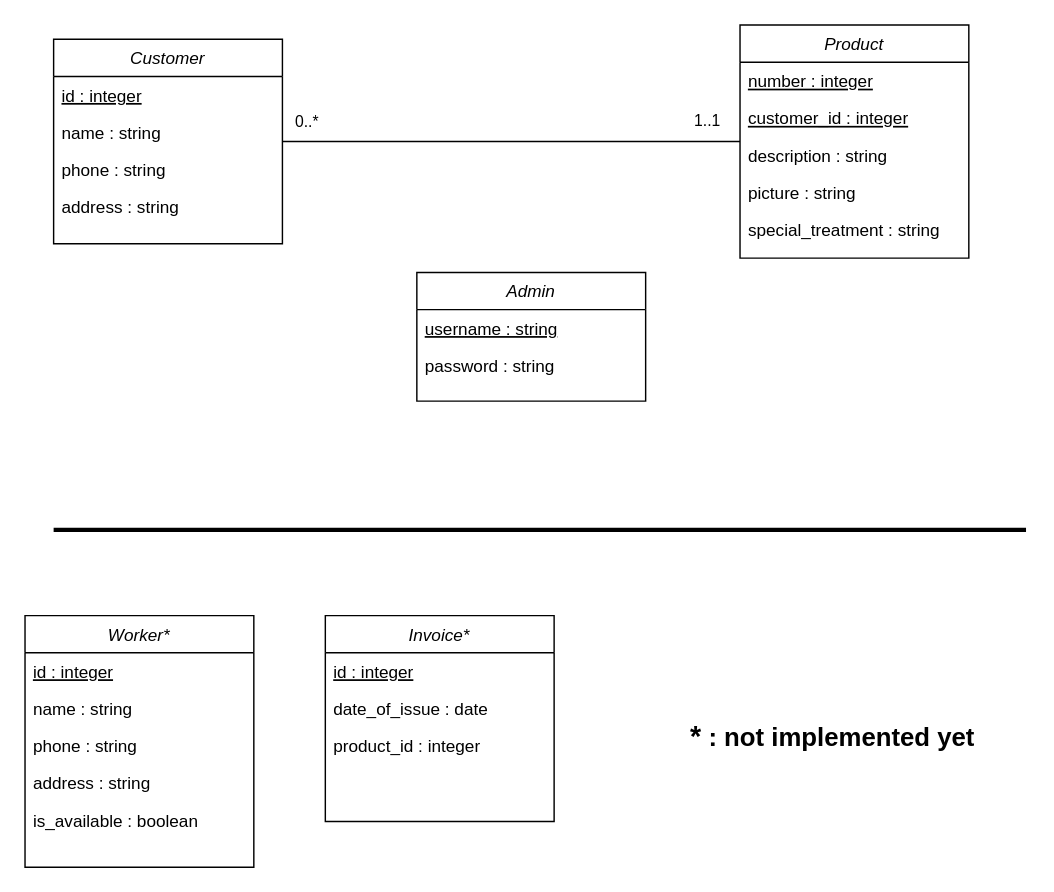
izzat-najah-edu/carpet-cleaning-service-management keeps this draw.io diagram as assets/diagrams/UML.drawio. Above is the earlier version. Source tidied: cells renumbered, new cells numbered last; positions are measured from the earlier drawing's top-left corner, leaving out a move shared by most shapes. Both pictures are drawn from the tidied source at 143%, with x=0, y=0 at pixel (24, 24).
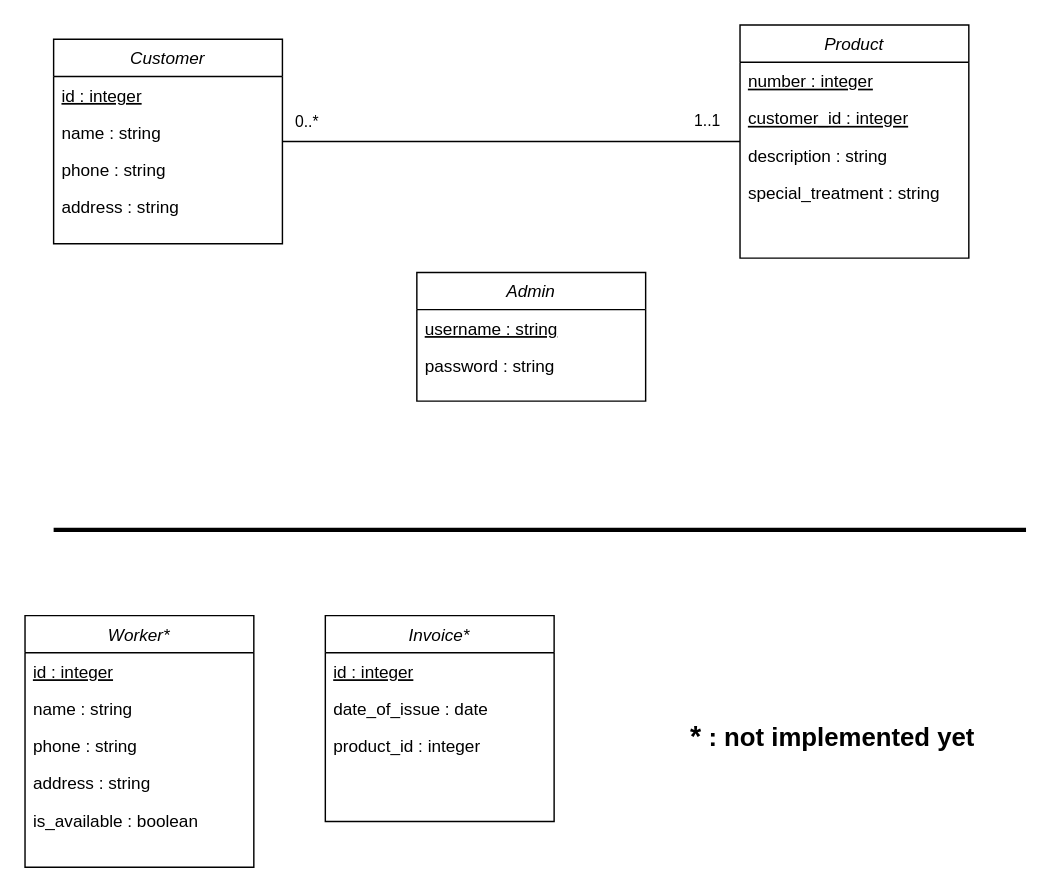
Above is the later version.

The change refers to these unchanged cells:
```xml
<mxCell id="10" value="Product" style="swimlane;fontStyle=2;align=center;verticalAlign=top;horizontal=1;startSize=26;rounded=0;shadow=0;strokeWidth=1;" parent="1" vertex="1">
  <mxGeometry x="500" width="160" height="163" as="geometry" />
</mxCell>
```

Change to the diagram source:
```diff
@@
-    <mxCell id="14" value="picture : string" style="text;align=left;verticalAlign=top;spacingLeft=4;spacingRight=4;overflow=hidden;rounded=0;shadow=0;html=0;" parent="10" vertex="1">
-      <mxGeometry y="104" width="160" height="26" as="geometry" />
-    </mxCell>
     <mxCell id="15" value="special_treatment : string" style="text;align=left;verticalAlign=top;spacingLeft=4;spacingRight=4;overflow=hidden;rounded=0;shadow=0;html=0;" parent="10" vertex="1">
-      <mxGeometry y="130" width="160" height="26" as="geometry" />
+      <mxGeometry y="104" width="160" height="26" as="geometry" />
     </mxCell>
```
